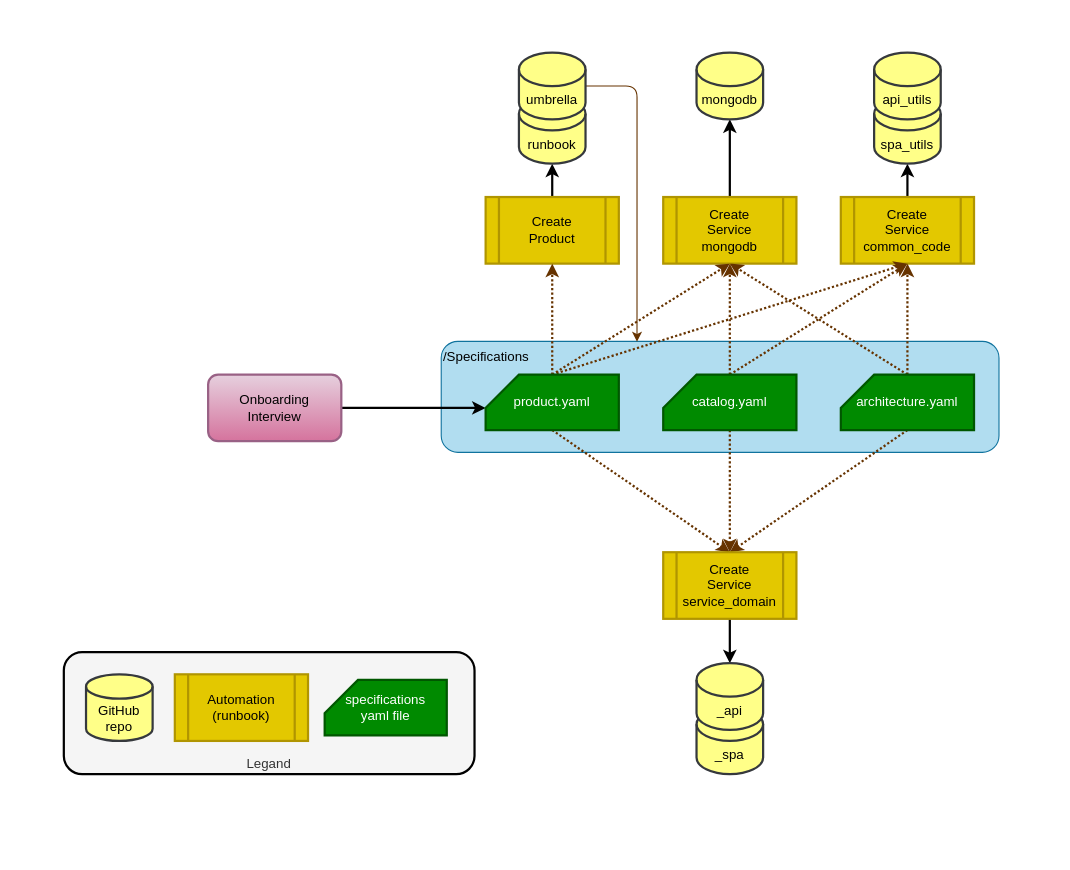
agile-learning-institute/stage0 keeps this draw.io diagram as specifications/journey.drawio. Above is the earlier version. Source tidied: cells renumbered, new cells numbered last; positions are measured from the earlier drawing's top-left corner, leaving out a move shared by most shapes. Both pictures are drawn from the tidied source at 111%, with x=0, y=0 at pixel (19, 19).
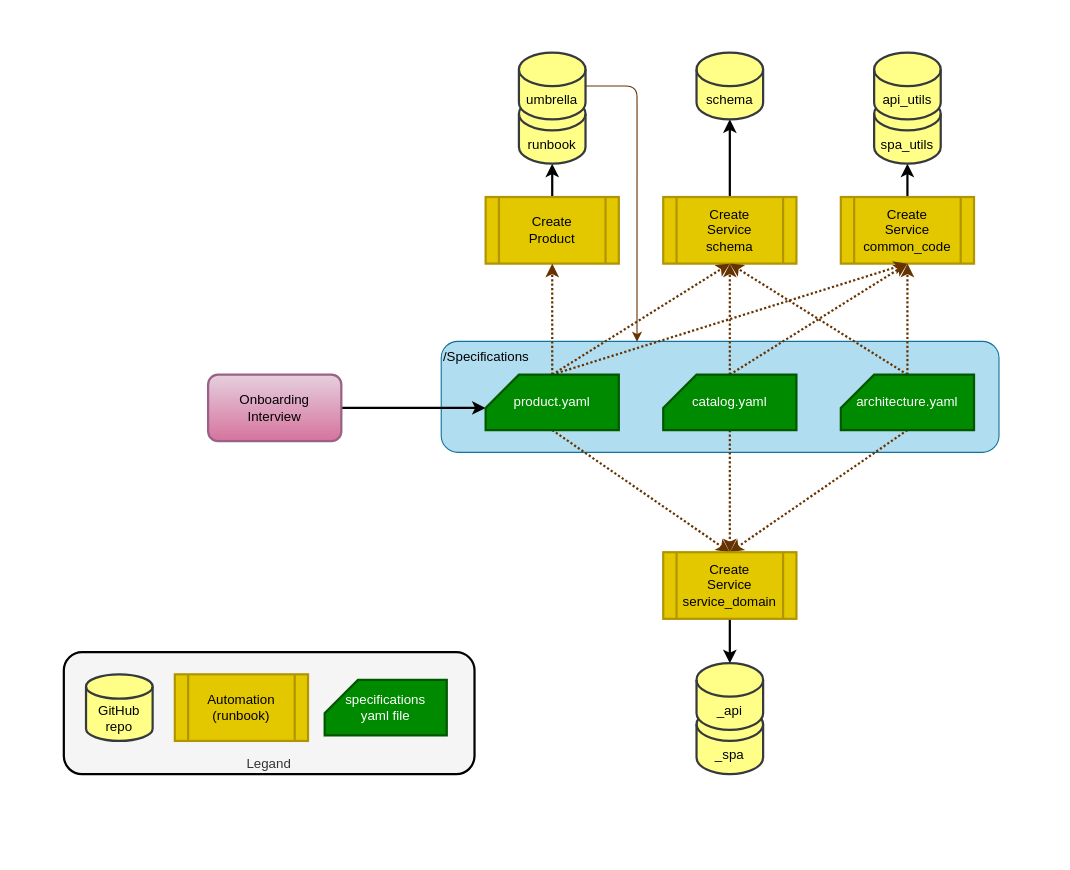
Above is the later version.

Change to the diagram source:
```diff
@@
-    <mxCell id="2" style="rounded=0;whiteSpace=wrap;html=1;fillColor=default;strokeColor=none;" parent="1" vertex="1">
+    <mxCell id="2" style="rounded=0;whiteSpace=wrap;html=1;fillColor=#FFFFFF;strokeColor=none;" parent="1" vertex="1">
       <mxGeometry width="930" height="750" as="geometry" />
     </mxCell>
@@
-    <mxCell id="16" value="Create&lt;br&gt;Service&lt;br&gt;mongodb" style="shape=process;whiteSpace=wrap;html=1;backgroundOutline=1;fillColor=#e3c800;strokeColor=#B09500;fontColor=#000000;strokeWidth=2;" parent="1" vertex="1">
+    <mxCell id="16" value="Create&lt;br&gt;Service&lt;br&gt;schema" style="shape=process;whiteSpace=wrap;html=1;backgroundOutline=1;fillColor=#e3c800;strokeColor=#B09500;fontColor=#000000;strokeWidth=2;" parent="1" vertex="1">
       <mxGeometry x="580" y="160" width="120" height="60" as="geometry" />
     </mxCell>
@@
-    <mxCell id="33" value="mongodb" style="shape=cylinder3;whiteSpace=wrap;html=1;boundedLbl=1;backgroundOutline=1;size=15;fillColor=#ffff88;strokeColor=#36393d;strokeWidth=2;fontColor=#000000;" parent="1" vertex="1">
+    <mxCell id="33" value="schema" style="shape=cylinder3;whiteSpace=wrap;html=1;boundedLbl=1;backgroundOutline=1;size=15;fillColor=#ffff88;strokeColor=#36393d;strokeWidth=2;fontColor=#000000;" parent="1" vertex="1">
       <mxGeometry x="610" y="30" width="60" height="60" as="geometry" />
     </mxCell>
```
